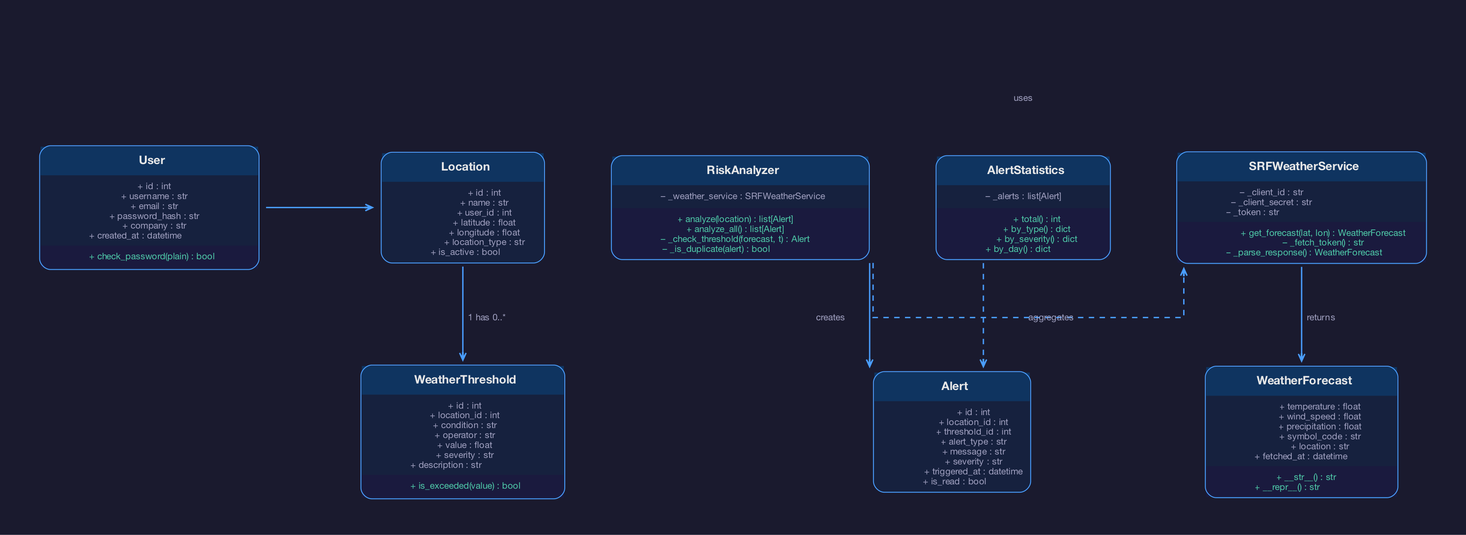
The Graphviz diagram docs/class_diagram.png in xynabil/WeatherGuard, before a commit. Its source is kept beside it as docs/class_diagram.dot. The source it was exported from:
```dot
digraph ClassDiagram {
    graph [
        rankdir=TB
        bgcolor="#1a1a2e"
        fontname="Helvetica Neue"
        fontsize=12
        pad=0.5
        nodesep=0.8
        ranksep=1.2
        splines=ortho
    ]
    node [
        shape=none
        fontname="Helvetica Neue"
        fontsize=11
    ]
    edge [
        color="#4a9eff"
        arrowsize=0.8
        penwidth=1.5
        fontname="Helvetica Neue"
        fontsize=10
        fontcolor="#a0a0c0"
    ]


    User [label=<
        <TABLE BORDER="0" CELLBORDER="0" CELLSPACING="0" CELLPADDING="0">
          <TR><TD>
            <TABLE BORDER="1" CELLBORDER="0" CELLSPACING="0" CELLPADDING="6"
                   BGCOLOR="#16213e" COLOR="#4a9eff" STYLE="ROUNDED">
              <TR><TD BGCOLOR="#0f3460" COLOR="#4a9eff" ALIGN="CENTER" CELLPADDING="8">
                <FONT COLOR="#e8e8e8" POINT-SIZE="13"><B>User</B></FONT>
              </TD></TR>
              <TR><TD ALIGN="LEFT" CELLPADDING="6">
                <FONT COLOR="#a0a0c0" POINT-SIZE="10">+ id : int</FONT><BR/>
                <FONT COLOR="#a0a0c0" POINT-SIZE="10">+ username : str</FONT><BR/>
                <FONT COLOR="#a0a0c0" POINT-SIZE="10">+ email : str</FONT><BR/>
                <FONT COLOR="#a0a0c0" POINT-SIZE="10">+ password_hash : str</FONT><BR/>
                <FONT COLOR="#a0a0c0" POINT-SIZE="10">+ company : str</FONT><BR/>
                <FONT COLOR="#a0a0c0" POINT-SIZE="10">+ created_at : datetime</FONT>
              </TD></TR>
              <TR><TD BGCOLOR="#1a1a3e" ALIGN="LEFT" CELLPADDING="6">
                <FONT COLOR="#4ec9a8" POINT-SIZE="10">+ check_password(plain) : bool</FONT>
              </TD></TR>
            </TABLE>
          </TD></TR>
        </TABLE>
    >]

    Location [label=<
        <TABLE BORDER="0" CELLBORDER="0" CELLSPACING="0" CELLPADDING="0">
          <TR><TD>
            <TABLE BORDER="1" CELLBORDER="0" CELLSPACING="0" CELLPADDING="6"
                   BGCOLOR="#16213e" COLOR="#4a9eff" STYLE="ROUNDED">
              <TR><TD BGCOLOR="#0f3460" COLOR="#4a9eff" ALIGN="CENTER" CELLPADDING="8">
                <FONT COLOR="#e8e8e8" POINT-SIZE="13"><B>Location</B></FONT>
              </TD></TR>
              <TR><TD ALIGN="LEFT" CELLPADDING="6">
                <FONT COLOR="#a0a0c0" POINT-SIZE="10">+ id : int</FONT><BR/>
                <FONT COLOR="#a0a0c0" POINT-SIZE="10">+ name : str</FONT><BR/>
                <FONT COLOR="#a0a0c0" POINT-SIZE="10">+ user_id : int</FONT><BR/>
                <FONT COLOR="#a0a0c0" POINT-SIZE="10">+ latitude : float</FONT><BR/>
                <FONT COLOR="#a0a0c0" POINT-SIZE="10">+ longitude : float</FONT><BR/>
                <FONT COLOR="#a0a0c0" POINT-SIZE="10">+ location_type : str</FONT><BR/>
                <FONT COLOR="#a0a0c0" POINT-SIZE="10">+ is_active : bool</FONT>
              </TD></TR>
            </TABLE>
          </TD></TR>
        </TABLE>
    >]

    WeatherThreshold [label=<
        <TABLE BORDER="0" CELLBORDER="0" CELLSPACING="0" CELLPADDING="0">
          <TR><TD>
            <TABLE BORDER="1" CELLBORDER="0" CELLSPACING="0" CELLPADDING="6"
                   BGCOLOR="#16213e" COLOR="#4a9eff" STYLE="ROUNDED">
              <TR><TD BGCOLOR="#0f3460" ALIGN="CENTER" CELLPADDING="8">
                <FONT COLOR="#e8e8e8" POINT-SIZE="13"><B>WeatherThreshold</B></FONT>
              </TD></TR>
              <TR><TD ALIGN="LEFT" CELLPADDING="6">
                <FONT COLOR="#a0a0c0" POINT-SIZE="10">+ id : int</FONT><BR/>
                <FONT COLOR="#a0a0c0" POINT-SIZE="10">+ location_id : int</FONT><BR/>
                <FONT COLOR="#a0a0c0" POINT-SIZE="10">+ condition : str</FONT><BR/>
                <FONT COLOR="#a0a0c0" POINT-SIZE="10">+ operator : str</FONT><BR/>
                <FONT COLOR="#a0a0c0" POINT-SIZE="10">+ value : float</FONT><BR/>
                <FONT COLOR="#a0a0c0" POINT-SIZE="10">+ severity : str</FONT><BR/>
                <FONT COLOR="#a0a0c0" POINT-SIZE="10">+ description : str</FONT>
              </TD></TR>
              <TR><TD BGCOLOR="#1a1a3e" ALIGN="LEFT" CELLPADDING="6">
                <FONT COLOR="#4ec9a8" POINT-SIZE="10">+ is_exceeded(value) : bool</FONT>
              </TD></TR>
            </TABLE>
          </TD></TR>
        </TABLE>
    >]

    WeatherForecast [label=<
        <TABLE BORDER="0" CELLBORDER="0" CELLSPACING="0" CELLPADDING="0">
          <TR><TD>
            <TABLE BORDER="1" CELLBORDER="0" CELLSPACING="0" CELLPADDING="6"
                   BGCOLOR="#16213e" COLOR="#4a9eff" STYLE="ROUNDED">
              <TR><TD BGCOLOR="#0f3460" ALIGN="CENTER" CELLPADDING="8">
                <FONT COLOR="#e8e8e8" POINT-SIZE="13"><B>WeatherForecast</B></FONT>
              </TD></TR>
              <TR><TD ALIGN="LEFT" CELLPADDING="6">
                <FONT COLOR="#a0a0c0" POINT-SIZE="10">+ temperature : float</FONT><BR/>
                <FONT COLOR="#a0a0c0" POINT-SIZE="10">+ wind_speed : float</FONT><BR/>
                <FONT COLOR="#a0a0c0" POINT-SIZE="10">+ precipitation : float</FONT><BR/>
                <FONT COLOR="#a0a0c0" POINT-SIZE="10">+ symbol_code : str</FONT><BR/>
                <FONT COLOR="#a0a0c0" POINT-SIZE="10">+ location : str</FONT><BR/>
                <FONT COLOR="#a0a0c0" POINT-SIZE="10">+ fetched_at : datetime</FONT>
              </TD></TR>
              <TR><TD BGCOLOR="#1a1a3e" ALIGN="LEFT" CELLPADDING="6">
                <FONT COLOR="#4ec9a8" POINT-SIZE="10">+ __str__() : str</FONT><BR/>
                <FONT COLOR="#4ec9a8" POINT-SIZE="10">+ __repr__() : str</FONT>
              </TD></TR>
            </TABLE>
          </TD></TR>
        </TABLE>
    >]

    SRFWeatherService [label=<
        <TABLE BORDER="0" CELLBORDER="0" CELLSPACING="0" CELLPADDING="0">
          <TR><TD>
            <TABLE BORDER="1" CELLBORDER="0" CELLSPACING="0" CELLPADDING="6"
                   BGCOLOR="#16213e" COLOR="#4a9eff" STYLE="ROUNDED">
              <TR><TD BGCOLOR="#0f3460" ALIGN="CENTER" CELLPADDING="8">
                <FONT COLOR="#e8e8e8" POINT-SIZE="13"><B>SRFWeatherService</B></FONT>
              </TD></TR>
              <TR><TD ALIGN="LEFT" CELLPADDING="6">
                <FONT COLOR="#a0a0c0" POINT-SIZE="10">– _client_id : str</FONT><BR/>
                <FONT COLOR="#a0a0c0" POINT-SIZE="10">– _client_secret : str</FONT><BR/>
                <FONT COLOR="#a0a0c0" POINT-SIZE="10">– _token : str</FONT>
              </TD></TR>
              <TR><TD BGCOLOR="#1a1a3e" ALIGN="LEFT" CELLPADDING="6">
                <FONT COLOR="#4ec9a8" POINT-SIZE="10">+ get_forecast(lat, lon) : WeatherForecast</FONT><BR/>
                <FONT COLOR="#4ec9a8" POINT-SIZE="10">– _fetch_token() : str</FONT><BR/>
                <FONT COLOR="#4ec9a8" POINT-SIZE="10">– _parse_response() : WeatherForecast</FONT>
              </TD></TR>
            </TABLE>
          </TD></TR>
        </TABLE>
    >]

    RiskAnalyzer [label=<
        <TABLE BORDER="0" CELLBORDER="0" CELLSPACING="0" CELLPADDING="0">
          <TR><TD>
            <TABLE BORDER="1" CELLBORDER="0" CELLSPACING="0" CELLPADDING="6"
                   BGCOLOR="#16213e" COLOR="#4a9eff" STYLE="ROUNDED">
              <TR><TD BGCOLOR="#0f3460" ALIGN="CENTER" CELLPADDING="8">
                <FONT COLOR="#e8e8e8" POINT-SIZE="13"><B>RiskAnalyzer</B></FONT>
              </TD></TR>
              <TR><TD ALIGN="LEFT" CELLPADDING="6">
                <FONT COLOR="#a0a0c0" POINT-SIZE="10">– _weather_service : SRFWeatherService</FONT>
              </TD></TR>
              <TR><TD BGCOLOR="#1a1a3e" ALIGN="LEFT" CELLPADDING="6">
                <FONT COLOR="#4ec9a8" POINT-SIZE="10">+ analyze(location) : list[Alert]</FONT><BR/>
                <FONT COLOR="#4ec9a8" POINT-SIZE="10">+ analyze_all() : list[Alert]</FONT><BR/>
                <FONT COLOR="#4ec9a8" POINT-SIZE="10">– _check_threshold(forecast, t) : Alert</FONT><BR/>
                <FONT COLOR="#4ec9a8" POINT-SIZE="10">– _is_duplicate(alert) : bool</FONT>
              </TD></TR>
            </TABLE>
          </TD></TR>
        </TABLE>
    >]

    Alert [label=<
        <TABLE BORDER="0" CELLBORDER="0" CELLSPACING="0" CELLPADDING="0">
          <TR><TD>
            <TABLE BORDER="1" CELLBORDER="0" CELLSPACING="0" CELLPADDING="6"
                   BGCOLOR="#16213e" COLOR="#4a9eff" STYLE="ROUNDED">
              <TR><TD BGCOLOR="#0f3460" ALIGN="CENTER" CELLPADDING="8">
                <FONT COLOR="#e8e8e8" POINT-SIZE="13"><B>Alert</B></FONT>
              </TD></TR>
              <TR><TD ALIGN="LEFT" CELLPADDING="6">
                <FONT COLOR="#a0a0c0" POINT-SIZE="10">+ id : int</FONT><BR/>
                <FONT COLOR="#a0a0c0" POINT-SIZE="10">+ location_id : int</FONT><BR/>
                <FONT COLOR="#a0a0c0" POINT-SIZE="10">+ threshold_id : int</FONT><BR/>
                <FONT COLOR="#a0a0c0" POINT-SIZE="10">+ alert_type : str</FONT><BR/>
                <FONT COLOR="#a0a0c0" POINT-SIZE="10">+ message : str</FONT><BR/>
                <FONT COLOR="#a0a0c0" POINT-SIZE="10">+ severity : str</FONT><BR/>
                <FONT COLOR="#a0a0c0" POINT-SIZE="10">+ triggered_at : datetime</FONT><BR/>
                <FONT COLOR="#a0a0c0" POINT-SIZE="10">+ is_read : bool</FONT>
              </TD></TR>
            </TABLE>
          </TD></TR>
        </TABLE>
    >]

    AlertStatistics [label=<
        <TABLE BORDER="0" CELLBORDER="0" CELLSPACING="0" CELLPADDING="0">
          <TR><TD>
            <TABLE BORDER="1" CELLBORDER="0" CELLSPACING="0" CELLPADDING="6"
                   BGCOLOR="#16213e" COLOR="#4a9eff" STYLE="ROUNDED">
              <TR><TD BGCOLOR="#0f3460" ALIGN="CENTER" CELLPADDING="8">
                <FONT COLOR="#e8e8e8" POINT-SIZE="13"><B>AlertStatistics</B></FONT>
              </TD></TR>
              <TR><TD ALIGN="LEFT" CELLPADDING="6">
                <FONT COLOR="#a0a0c0" POINT-SIZE="10">– _alerts : list[Alert]</FONT>
              </TD></TR>
              <TR><TD BGCOLOR="#1a1a3e" ALIGN="LEFT" CELLPADDING="6">
                <FONT COLOR="#4ec9a8" POINT-SIZE="10">+ total() : int</FONT><BR/>
                <FONT COLOR="#4ec9a8" POINT-SIZE="10">+ by_type() : dict</FONT><BR/>
                <FONT COLOR="#4ec9a8" POINT-SIZE="10">+ by_severity() : dict</FONT><BR/>
                <FONT COLOR="#4ec9a8" POINT-SIZE="10">+ by_day() : dict</FONT>
              </TD></TR>
            </TABLE>
          </TD></TR>
        </TABLE>
    >]


    { rank=same; User; Location }
    { rank=same; WeatherThreshold; Alert }
    { rank=same; SRFWeatherService; RiskAnalyzer; AlertStatistics }

    User -> Location [
        label="  1 owns 0..*  "
        arrowhead=vee
        style=solid
    ]
    Location -> WeatherThreshold [
        label="  1 has 0..*  "
        arrowhead=vee
        style=solid
    ]
    SRFWeatherService -> WeatherForecast [
        label="  returns  "
        arrowhead=vee
        style=solid
    ]
    RiskAnalyzer -> Alert [
        label="  creates  "
        arrowhead=vee
        style=solid
    ]
    RiskAnalyzer -> SRFWeatherService [
        label="  uses  "
        arrowhead=vee
        style=dashed
    ]
    AlertStatistics -> Alert [
        label="  aggregates  "
        arrowhead=vee
        style=dashed
    ]
}
```
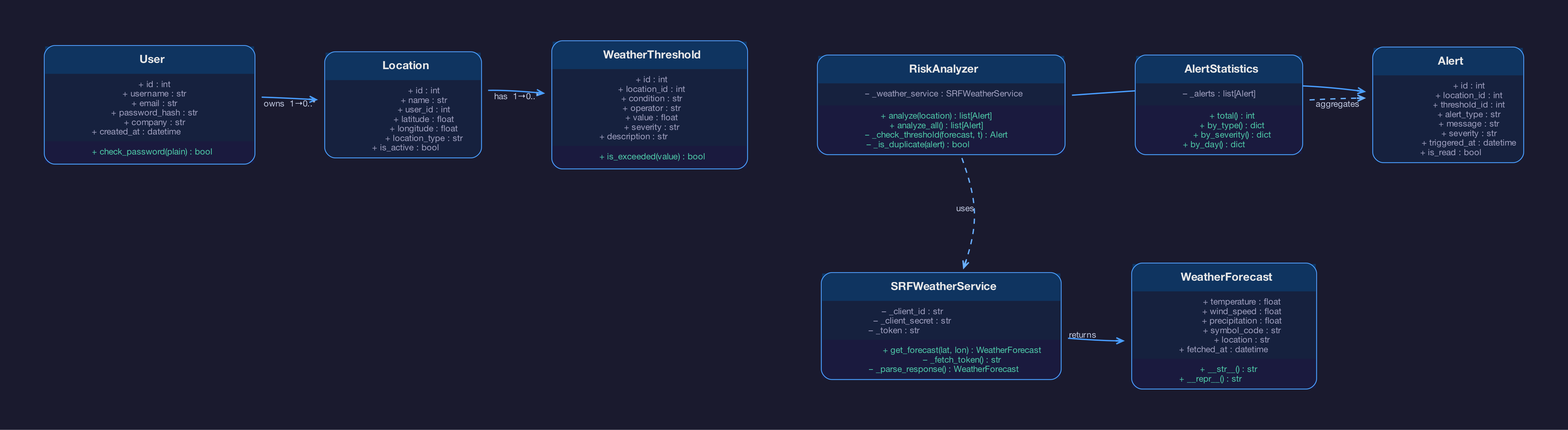
The same file after the commit.

Commit message:
New Class Diagramm

New Class Diagramm

Diff of the diagram source:
```diff
@@ -4,10 +4,10 @@
         bgcolor="#1a1a2e"
         fontname="Helvetica Neue"
         fontsize=12
-        pad=0.5
-        nodesep=0.8
-        ranksep=1.2
-        splines=ortho
+        pad=0.6
+        nodesep=0.9
+        ranksep=1.4
+        splines=curved
     ]
     node [
         shape=none
@@ -20,7 +20,9 @@
         penwidth=1.5
         fontname="Helvetica Neue"
         fontsize=10
-        fontcolor="#a0a0c0"
+        fontcolor="#c0c8e0"
+        labelfloat=false
+        labeldistance=2.0
     ]
 
 
@@ -29,7 +31,7 @@
           <TR><TD>
             <TABLE BORDER="1" CELLBORDER="0" CELLSPACING="0" CELLPADDING="6"
                    BGCOLOR="#16213e" COLOR="#4a9eff" STYLE="ROUNDED">
-              <TR><TD BGCOLOR="#0f3460" COLOR="#4a9eff" ALIGN="CENTER" CELLPADDING="8">
+              <TR><TD BGCOLOR="#0f3460" ALIGN="CENTER" CELLPADDING="8">
                 <FONT COLOR="#e8e8e8" POINT-SIZE="13"><B>User</B></FONT>
               </TD></TR>
               <TR><TD ALIGN="LEFT" CELLPADDING="6">
@@ -53,7 +55,7 @@
           <TR><TD>
             <TABLE BORDER="1" CELLBORDER="0" CELLSPACING="0" CELLPADDING="6"
                    BGCOLOR="#16213e" COLOR="#4a9eff" STYLE="ROUNDED">
-              <TR><TD BGCOLOR="#0f3460" COLOR="#4a9eff" ALIGN="CENTER" CELLPADDING="8">
+              <TR><TD BGCOLOR="#0f3460" ALIGN="CENTER" CELLPADDING="8">
                 <FONT COLOR="#e8e8e8" POINT-SIZE="13"><B>Location</B></FONT>
               </TD></TR>
               <TR><TD ALIGN="LEFT" CELLPADDING="6">
@@ -95,6 +97,29 @@
         </TABLE>
     >]
 
+    SRFWeatherService [label=<
+        <TABLE BORDER="0" CELLBORDER="0" CELLSPACING="0" CELLPADDING="0">
+          <TR><TD>
+            <TABLE BORDER="1" CELLBORDER="0" CELLSPACING="0" CELLPADDING="6"
+                   BGCOLOR="#16213e" COLOR="#4a9eff" STYLE="ROUNDED">
+              <TR><TD BGCOLOR="#0f3460" ALIGN="CENTER" CELLPADDING="8">
+                <FONT COLOR="#e8e8e8" POINT-SIZE="13"><B>SRFWeatherService</B></FONT>
+              </TD></TR>
+              <TR><TD ALIGN="LEFT" CELLPADDING="6">
+                <FONT COLOR="#a0a0c0" POINT-SIZE="10">– _client_id : str</FONT><BR/>
+                <FONT COLOR="#a0a0c0" POINT-SIZE="10">– _client_secret : str</FONT><BR/>
+                <FONT COLOR="#a0a0c0" POINT-SIZE="10">– _token : str</FONT>
+              </TD></TR>
+              <TR><TD BGCOLOR="#1a1a3e" ALIGN="LEFT" CELLPADDING="6">
+                <FONT COLOR="#4ec9a8" POINT-SIZE="10">+ get_forecast(lat, lon) : WeatherForecast</FONT><BR/>
+                <FONT COLOR="#4ec9a8" POINT-SIZE="10">– _fetch_token() : str</FONT><BR/>
+                <FONT COLOR="#4ec9a8" POINT-SIZE="10">– _parse_response() : WeatherForecast</FONT>
+              </TD></TR>
+            </TABLE>
+          </TD></TR>
+        </TABLE>
+    >]
+
     WeatherForecast [label=<
         <TABLE BORDER="0" CELLBORDER="0" CELLSPACING="0" CELLPADDING="0">
           <TR><TD>
@@ -114,29 +139,6 @@
               <TR><TD BGCOLOR="#1a1a3e" ALIGN="LEFT" CELLPADDING="6">
                 <FONT COLOR="#4ec9a8" POINT-SIZE="10">+ __str__() : str</FONT><BR/>
                 <FONT COLOR="#4ec9a8" POINT-SIZE="10">+ __repr__() : str</FONT>
-              </TD></TR>
-            </TABLE>
-          </TD></TR>
-        </TABLE>
-    >]
-
-    SRFWeatherService [label=<
-        <TABLE BORDER="0" CELLBORDER="0" CELLSPACING="0" CELLPADDING="0">
-          <TR><TD>
-            <TABLE BORDER="1" CELLBORDER="0" CELLSPACING="0" CELLPADDING="6"
-                   BGCOLOR="#16213e" COLOR="#4a9eff" STYLE="ROUNDED">
-              <TR><TD BGCOLOR="#0f3460" ALIGN="CENTER" CELLPADDING="8">
-                <FONT COLOR="#e8e8e8" POINT-SIZE="13"><B>SRFWeatherService</B></FONT>
-              </TD></TR>
-              <TR><TD ALIGN="LEFT" CELLPADDING="6">
-                <FONT COLOR="#a0a0c0" POINT-SIZE="10">– _client_id : str</FONT><BR/>
-                <FONT COLOR="#a0a0c0" POINT-SIZE="10">– _client_secret : str</FONT><BR/>
-                <FONT COLOR="#a0a0c0" POINT-SIZE="10">– _token : str</FONT>
-              </TD></TR>
-              <TR><TD BGCOLOR="#1a1a3e" ALIGN="LEFT" CELLPADDING="6">
-                <FONT COLOR="#4ec9a8" POINT-SIZE="10">+ get_forecast(lat, lon) : WeatherForecast</FONT><BR/>
-                <FONT COLOR="#4ec9a8" POINT-SIZE="10">– _fetch_token() : str</FONT><BR/>
-                <FONT COLOR="#4ec9a8" POINT-SIZE="10">– _parse_response() : WeatherForecast</FONT>
               </TD></TR>
             </TABLE>
           </TD></TR>
@@ -210,39 +212,41 @@
         </TABLE>
     >]
 
+    { rank=same; User; Location; WeatherThreshold }
+    { rank=same; SRFWeatherService; WeatherForecast }
+    { rank=same; RiskAnalyzer; Alert; AlertStatistics }
 
-    { rank=same; User; Location }
-    { rank=same; WeatherThreshold; Alert }
-    { rank=same; SRFWeatherService; RiskAnalyzer; AlertStatistics }
 
     User -> Location [
-        label="  1 owns 0..*  "
+        xlabel="owns  1→0..*"
         arrowhead=vee
         style=solid
     ]
     Location -> WeatherThreshold [
-        label="  1 has 0..*  "
+        xlabel="has  1→0..*"
         arrowhead=vee
         style=solid
     ]
     SRFWeatherService -> WeatherForecast [
-        label="  returns  "
-        arrowhead=vee
-        style=solid
-    ]
-    RiskAnalyzer -> Alert [
-        label="  creates  "
+        xlabel="returns"
         arrowhead=vee
         style=solid
     ]
     RiskAnalyzer -> SRFWeatherService [
-        label="  uses  "
+        xlabel="uses"
         arrowhead=vee
         style=dashed
+        color="#6ab0ff"
+    ]
+    RiskAnalyzer -> Alert [
+        xlabel="creates"
+        arrowhead=vee
+        style=solid
     ]
     AlertStatistics -> Alert [
-        label="  aggregates  "
+        xlabel="aggregates"
         arrowhead=vee
         style=dashed
+        color="#6ab0ff"
     ]
 }
```
